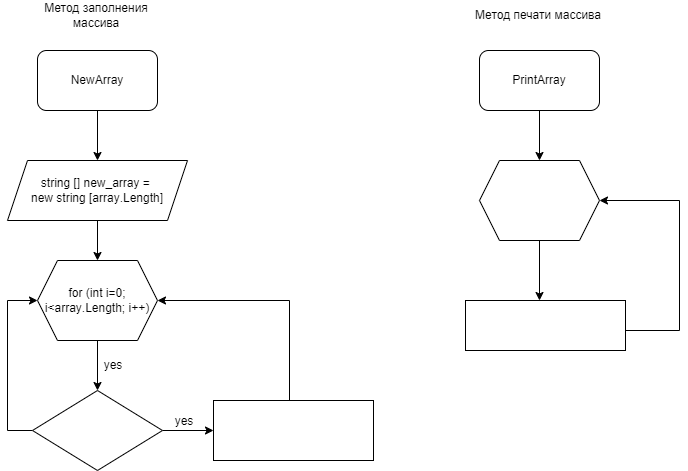
This is block_diagram.drawio.png from lerika-malykh/Final_Work, a draw.io export, as it was before one commit. Source tidied: cells renumbered, new cells last; positions are measured from the earlier drawing's top-left corner, leaving out a move shared by most shapes.
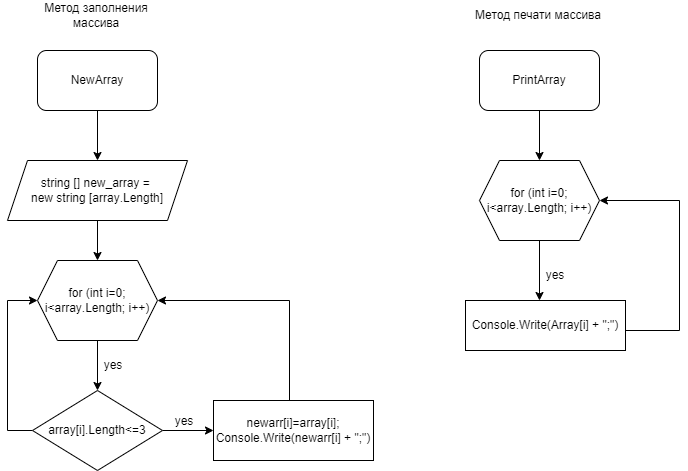
After the change.

Commit message:
подкорректировала блоксхемы

The edit, as a diff of the source:
```diff
@@ -38,7 +38,7 @@
         <mxPoint y="430" as="targetPoint" />
       </mxGeometry>
     </mxCell>
-    <mxCell id="12" value="&lt;span class=&quot;pl-smi&quot; style=&quot;box-sizing: border-box&quot;&gt;array&lt;/span&gt;[&lt;span class=&quot;pl-smi&quot; style=&quot;box-sizing: border-box&quot;&gt;i&lt;/span&gt;].&lt;span class=&quot;pl-smi&quot; style=&quot;box-sizing: border-box&quot;&gt;Length&lt;/span&gt;&lt;span class=&quot;pl-k&quot; style=&quot;box-sizing: border-box&quot;&gt;&amp;lt;=&lt;/span&gt;&lt;span class=&quot;pl-c1&quot; style=&quot;box-sizing: border-box&quot;&gt;3&lt;/span&gt;" style="rhombus;whiteSpace=wrap;html=1;labelBackgroundColor=none;fontColor=#FFFFFF;fillColor=default;" parent="1" vertex="1">
+    <mxCell id="12" value="&lt;font color=&quot;#000000&quot;&gt;&lt;span class=&quot;pl-smi&quot; style=&quot;box-sizing: border-box&quot;&gt;array&lt;/span&gt;[&lt;span class=&quot;pl-smi&quot; style=&quot;box-sizing: border-box&quot;&gt;i&lt;/span&gt;].&lt;span class=&quot;pl-smi&quot; style=&quot;box-sizing: border-box&quot;&gt;Length&lt;/span&gt;&lt;span class=&quot;pl-k&quot; style=&quot;box-sizing: border-box&quot;&gt;&amp;lt;=&lt;/span&gt;&lt;span class=&quot;pl-c1&quot; style=&quot;box-sizing: border-box&quot;&gt;3&lt;/span&gt;&lt;/font&gt;" style="rhombus;whiteSpace=wrap;html=1;labelBackgroundColor=none;fontColor=#FFFFFF;fillColor=#FFFFFF;" parent="1" vertex="1">
       <mxGeometry x="25" y="390" width="130" height="80" as="geometry" />
     </mxCell>
     <mxCell id="13" value="&lt;font color=&quot;#000000&quot;&gt;yes&lt;/font&gt;" style="text;html=1;strokeColor=none;fillColor=none;align=center;verticalAlign=middle;whiteSpace=wrap;rounded=0;labelBackgroundColor=none;fontColor=#FFFFFF;" parent="1" vertex="1">
@@ -50,7 +50,7 @@
         <mxPoint x="282" y="300" as="targetPoint" />
       </mxGeometry>
     </mxCell>
-    <mxCell id="15" value="&lt;font color=&quot;#ffffff&quot;&gt;&lt;span class=&quot;pl-smi&quot; style=&quot;box-sizing: border-box ; font-family: , , &amp;#34;sf mono&amp;#34; , &amp;#34;menlo&amp;#34; , &amp;#34;consolas&amp;#34; , &amp;#34;liberation mono&amp;#34; , monospace&quot;&gt;newarr&lt;/span&gt;&lt;span style=&quot;font-family: , , &amp;#34;sf mono&amp;#34; , &amp;#34;menlo&amp;#34; , &amp;#34;consolas&amp;#34; , &amp;#34;liberation mono&amp;#34; , monospace&quot;&gt;[&lt;/span&gt;&lt;span class=&quot;pl-smi&quot; style=&quot;box-sizing: border-box ; font-family: , , &amp;#34;sf mono&amp;#34; , &amp;#34;menlo&amp;#34; , &amp;#34;consolas&amp;#34; , &amp;#34;liberation mono&amp;#34; , monospace&quot;&gt;i&lt;/span&gt;&lt;span style=&quot;font-family: , , &amp;#34;sf mono&amp;#34; , &amp;#34;menlo&amp;#34; , &amp;#34;consolas&amp;#34; , &amp;#34;liberation mono&amp;#34; , monospace&quot;&gt;]&lt;/span&gt;&lt;span class=&quot;pl-k&quot; style=&quot;box-sizing: border-box ; font-family: , , &amp;#34;sf mono&amp;#34; , &amp;#34;menlo&amp;#34; , &amp;#34;consolas&amp;#34; , &amp;#34;liberation mono&amp;#34; , monospace&quot;&gt;=&lt;/span&gt;&lt;span class=&quot;pl-smi&quot; style=&quot;box-sizing: border-box ; font-family: , , &amp;#34;sf mono&amp;#34; , &amp;#34;menlo&amp;#34; , &amp;#34;consolas&amp;#34; , &amp;#34;liberation mono&amp;#34; , monospace&quot;&gt;array&lt;/span&gt;&lt;span style=&quot;font-family: , , &amp;#34;sf mono&amp;#34; , &amp;#34;menlo&amp;#34; , &amp;#34;consolas&amp;#34; , &amp;#34;liberation mono&amp;#34; , monospace&quot;&gt;[&lt;/span&gt;&lt;span class=&quot;pl-smi&quot; style=&quot;box-sizing: border-box ; font-family: , , &amp;#34;sf mono&amp;#34; , &amp;#34;menlo&amp;#34; , &amp;#34;consolas&amp;#34; , &amp;#34;liberation mono&amp;#34; , monospace&quot;&gt;i&lt;/span&gt;&lt;span style=&quot;font-family: , , &amp;#34;sf mono&amp;#34; , &amp;#34;menlo&amp;#34; , &amp;#34;consolas&amp;#34; , &amp;#34;liberation mono&amp;#34; , monospace&quot;&gt;];&lt;br&gt;&lt;/span&gt;&lt;span class=&quot;pl-smi&quot; style=&quot;box-sizing: border-box ; font-family: , , &amp;#34;sf mono&amp;#34; , &amp;#34;menlo&amp;#34; , &amp;#34;consolas&amp;#34; , &amp;#34;liberation mono&amp;#34; , monospace&quot;&gt;Console&lt;/span&gt;&lt;span style=&quot;font-family: , , &amp;#34;sf mono&amp;#34; , &amp;#34;menlo&amp;#34; , &amp;#34;consolas&amp;#34; , &amp;#34;liberation mono&amp;#34; , monospace&quot;&gt;.&lt;/span&gt;&lt;span class=&quot;pl-en&quot; style=&quot;box-sizing: border-box ; font-family: , , &amp;#34;sf mono&amp;#34; , &amp;#34;menlo&amp;#34; , &amp;#34;consolas&amp;#34; , &amp;#34;liberation mono&amp;#34; , monospace&quot;&gt;Write&lt;/span&gt;&lt;span style=&quot;font-family: , , &amp;#34;sf mono&amp;#34; , &amp;#34;menlo&amp;#34; , &amp;#34;consolas&amp;#34; , &amp;#34;liberation mono&amp;#34; , monospace&quot;&gt;(&lt;/span&gt;&lt;span class=&quot;pl-smi&quot; style=&quot;box-sizing: border-box ; font-family: , , &amp;#34;sf mono&amp;#34; , &amp;#34;menlo&amp;#34; , &amp;#34;consolas&amp;#34; , &amp;#34;liberation mono&amp;#34; , monospace&quot;&gt;newarr&lt;/span&gt;&lt;span style=&quot;font-family: , , &amp;#34;sf mono&amp;#34; , &amp;#34;menlo&amp;#34; , &amp;#34;consolas&amp;#34; , &amp;#34;liberation mono&amp;#34; , monospace&quot;&gt;[&lt;/span&gt;&lt;span class=&quot;pl-smi&quot; style=&quot;box-sizing: border-box ; font-family: , , &amp;#34;sf mono&amp;#34; , &amp;#34;menlo&amp;#34; , &amp;#34;consolas&amp;#34; , &amp;#34;liberation mono&amp;#34; , monospace&quot;&gt;i&lt;/span&gt;&lt;span style=&quot;font-family: , , &amp;#34;sf mono&amp;#34; , &amp;#34;menlo&amp;#34; , &amp;#34;consolas&amp;#34; , &amp;#34;liberation mono&amp;#34; , monospace&quot;&gt;] + &quot;;&quot;)&lt;/span&gt;&lt;span style=&quot;font-family: , , &amp;#34;sf mono&amp;#34; , &amp;#34;menlo&amp;#34; , &amp;#34;consolas&amp;#34; , &amp;#34;liberation mono&amp;#34; , monospace&quot;&gt;&lt;br&gt;&lt;/span&gt;&lt;/font&gt;" style="rounded=0;whiteSpace=wrap;html=1;labelBackgroundColor=none;fontColor=none;fillColor=default;" parent="1" vertex="1">
+    <mxCell id="15" value="&lt;span class=&quot;pl-smi&quot; style=&quot;box-sizing: border-box&quot;&gt;newarr&lt;/span&gt;[&lt;span class=&quot;pl-smi&quot; style=&quot;box-sizing: border-box&quot;&gt;i&lt;/span&gt;]&lt;span class=&quot;pl-k&quot; style=&quot;box-sizing: border-box&quot;&gt;=&lt;/span&gt;&lt;span class=&quot;pl-smi&quot; style=&quot;box-sizing: border-box&quot;&gt;array&lt;/span&gt;[&lt;span class=&quot;pl-smi&quot; style=&quot;box-sizing: border-box&quot;&gt;i&lt;/span&gt;];&lt;br&gt;&lt;span class=&quot;pl-smi&quot; style=&quot;box-sizing: border-box&quot;&gt;Console&lt;/span&gt;.&lt;span class=&quot;pl-en&quot; style=&quot;box-sizing: border-box&quot;&gt;Write&lt;/span&gt;(&lt;span class=&quot;pl-smi&quot; style=&quot;box-sizing: border-box&quot;&gt;newarr&lt;/span&gt;[&lt;span class=&quot;pl-smi&quot; style=&quot;box-sizing: border-box&quot;&gt;i&lt;/span&gt;] + &quot;;&quot;)&lt;span style=&quot;color: rgb(255 , 255 , 255)&quot;&gt;&lt;br&gt;&lt;/span&gt;" style="rounded=0;whiteSpace=wrap;html=1;labelBackgroundColor=none;fontColor=none;fillColor=#FFFFFF;" parent="1" vertex="1">
       <mxGeometry x="206" y="400" width="160" height="60" as="geometry" />
     </mxCell>
     <mxCell id="16" value="&lt;font color=&quot;#000000&quot;&gt;yes&lt;/font&gt;" style="text;html=1;strokeColor=none;fillColor=none;align=center;verticalAlign=middle;whiteSpace=wrap;rounded=0;labelBackgroundColor=none;fontColor=#FFFFFF;" parent="1" vertex="1">
@@ -83,10 +83,10 @@
         <mxPoint x="672" y="200" as="targetPoint" />
       </mxGeometry>
     </mxCell>
-    <mxCell id="23" value="&lt;span class=&quot;pl-en&quot; style=&quot;box-sizing: border-box ; font-family: , , &amp;#34;sf mono&amp;#34; , &amp;#34;menlo&amp;#34; , &amp;#34;consolas&amp;#34; , &amp;#34;liberation mono&amp;#34; , monospace&quot;&gt;for&lt;/span&gt;&lt;span style=&quot;font-family: , , &amp;#34;sf mono&amp;#34; , &amp;#34;menlo&amp;#34; , &amp;#34;consolas&amp;#34; , &amp;#34;liberation mono&amp;#34; , monospace&quot;&gt; (&lt;/span&gt;&lt;span class=&quot;pl-smi&quot; style=&quot;box-sizing: border-box ; font-family: , , &amp;#34;sf mono&amp;#34; , &amp;#34;menlo&amp;#34; , &amp;#34;consolas&amp;#34; , &amp;#34;liberation mono&amp;#34; , monospace&quot;&gt;int&lt;/span&gt;&lt;span style=&quot;font-family: , , &amp;#34;sf mono&amp;#34; , &amp;#34;menlo&amp;#34; , &amp;#34;consolas&amp;#34; , &amp;#34;liberation mono&amp;#34; , monospace&quot;&gt; &lt;/span&gt;&lt;span class=&quot;pl-smi&quot; style=&quot;box-sizing: border-box ; font-family: , , &amp;#34;sf mono&amp;#34; , &amp;#34;menlo&amp;#34; , &amp;#34;consolas&amp;#34; , &amp;#34;liberation mono&amp;#34; , monospace&quot;&gt;i&lt;/span&gt;&lt;span class=&quot;pl-k&quot; style=&quot;box-sizing: border-box ; font-family: , , &amp;#34;sf mono&amp;#34; , &amp;#34;menlo&amp;#34; , &amp;#34;consolas&amp;#34; , &amp;#34;liberation mono&amp;#34; , monospace&quot;&gt;=&lt;/span&gt;&lt;span class=&quot;pl-c1&quot; style=&quot;box-sizing: border-box ; font-family: , , &amp;#34;sf mono&amp;#34; , &amp;#34;menlo&amp;#34; , &amp;#34;consolas&amp;#34; , &amp;#34;liberation mono&amp;#34; , monospace&quot;&gt;0&lt;/span&gt;&lt;span style=&quot;font-family: , , &amp;#34;sf mono&amp;#34; , &amp;#34;menlo&amp;#34; , &amp;#34;consolas&amp;#34; , &amp;#34;liberation mono&amp;#34; , monospace&quot;&gt;; &lt;/span&gt;&lt;span class=&quot;pl-smi&quot; style=&quot;box-sizing: border-box ; font-family: , , &amp;#34;sf mono&amp;#34; , &amp;#34;menlo&amp;#34; , &amp;#34;consolas&amp;#34; , &amp;#34;liberation mono&amp;#34; , monospace&quot;&gt;i&lt;/span&gt;&lt;span class=&quot;pl-k&quot; style=&quot;box-sizing: border-box ; font-family: , , &amp;#34;sf mono&amp;#34; , &amp;#34;menlo&amp;#34; , &amp;#34;consolas&amp;#34; , &amp;#34;liberation mono&amp;#34; , monospace&quot;&gt;&amp;lt;&lt;/span&gt;&lt;span class=&quot;pl-smi&quot; style=&quot;box-sizing: border-box ; font-family: , , &amp;#34;sf mono&amp;#34; , &amp;#34;menlo&amp;#34; , &amp;#34;consolas&amp;#34; , &amp;#34;liberation mono&amp;#34; , monospace&quot;&gt;array&lt;/span&gt;&lt;span style=&quot;font-family: , , &amp;#34;sf mono&amp;#34; , &amp;#34;menlo&amp;#34; , &amp;#34;consolas&amp;#34; , &amp;#34;liberation mono&amp;#34; , monospace&quot;&gt;.&lt;/span&gt;&lt;span class=&quot;pl-smi&quot; style=&quot;box-sizing: border-box ; font-family: , , &amp;#34;sf mono&amp;#34; , &amp;#34;menlo&amp;#34; , &amp;#34;consolas&amp;#34; , &amp;#34;liberation mono&amp;#34; , monospace&quot;&gt;Length&lt;/span&gt;&lt;span style=&quot;font-family: , , &amp;#34;sf mono&amp;#34; , &amp;#34;menlo&amp;#34; , &amp;#34;consolas&amp;#34; , &amp;#34;liberation mono&amp;#34; , monospace&quot;&gt;; &lt;/span&gt;&lt;span class=&quot;pl-smi&quot; style=&quot;box-sizing: border-box ; font-family: , , &amp;#34;sf mono&amp;#34; , &amp;#34;menlo&amp;#34; , &amp;#34;consolas&amp;#34; , &amp;#34;liberation mono&amp;#34; , monospace&quot;&gt;i&lt;/span&gt;&lt;span class=&quot;pl-k&quot; style=&quot;box-sizing: border-box ; font-family: , , &amp;#34;sf mono&amp;#34; , &amp;#34;menlo&amp;#34; , &amp;#34;consolas&amp;#34; , &amp;#34;liberation mono&amp;#34; , monospace&quot;&gt;++&lt;/span&gt;&lt;span style=&quot;font-family: , , &amp;#34;sf mono&amp;#34; , &amp;#34;menlo&amp;#34; , &amp;#34;consolas&amp;#34; , &amp;#34;liberation mono&amp;#34; , monospace&quot;&gt;)&lt;/span&gt;" style="shape=hexagon;perimeter=hexagonPerimeter2;whiteSpace=wrap;html=1;fixedSize=1;labelBackgroundColor=none;fontColor=#FFFFFF;fillColor=default;" parent="1" vertex="1">
+    <mxCell id="23" value="&lt;font color=&quot;#000000&quot;&gt;&lt;span class=&quot;pl-en&quot; style=&quot;box-sizing: border-box ; font-family: , , &amp;#34;sf mono&amp;#34; , &amp;#34;menlo&amp;#34; , &amp;#34;consolas&amp;#34; , &amp;#34;liberation mono&amp;#34; , monospace&quot;&gt;for&lt;/span&gt;&lt;span style=&quot;font-family: , , &amp;#34;sf mono&amp;#34; , &amp;#34;menlo&amp;#34; , &amp;#34;consolas&amp;#34; , &amp;#34;liberation mono&amp;#34; , monospace&quot;&gt; (&lt;/span&gt;&lt;span class=&quot;pl-smi&quot; style=&quot;box-sizing: border-box ; font-family: , , &amp;#34;sf mono&amp;#34; , &amp;#34;menlo&amp;#34; , &amp;#34;consolas&amp;#34; , &amp;#34;liberation mono&amp;#34; , monospace&quot;&gt;int&lt;/span&gt;&lt;span style=&quot;font-family: , , &amp;#34;sf mono&amp;#34; , &amp;#34;menlo&amp;#34; , &amp;#34;consolas&amp;#34; , &amp;#34;liberation mono&amp;#34; , monospace&quot;&gt; &lt;/span&gt;&lt;span class=&quot;pl-smi&quot; style=&quot;box-sizing: border-box ; font-family: , , &amp;#34;sf mono&amp;#34; , &amp;#34;menlo&amp;#34; , &amp;#34;consolas&amp;#34; , &amp;#34;liberation mono&amp;#34; , monospace&quot;&gt;i&lt;/span&gt;&lt;span class=&quot;pl-k&quot; style=&quot;box-sizing: border-box ; font-family: , , &amp;#34;sf mono&amp;#34; , &amp;#34;menlo&amp;#34; , &amp;#34;consolas&amp;#34; , &amp;#34;liberation mono&amp;#34; , monospace&quot;&gt;=&lt;/span&gt;&lt;span class=&quot;pl-c1&quot; style=&quot;box-sizing: border-box ; font-family: , , &amp;#34;sf mono&amp;#34; , &amp;#34;menlo&amp;#34; , &amp;#34;consolas&amp;#34; , &amp;#34;liberation mono&amp;#34; , monospace&quot;&gt;0&lt;/span&gt;&lt;span style=&quot;font-family: , , &amp;#34;sf mono&amp;#34; , &amp;#34;menlo&amp;#34; , &amp;#34;consolas&amp;#34; , &amp;#34;liberation mono&amp;#34; , monospace&quot;&gt;; &lt;/span&gt;&lt;span class=&quot;pl-smi&quot; style=&quot;box-sizing: border-box ; font-family: , , &amp;#34;sf mono&amp;#34; , &amp;#34;menlo&amp;#34; , &amp;#34;consolas&amp;#34; , &amp;#34;liberation mono&amp;#34; , monospace&quot;&gt;i&lt;/span&gt;&lt;span class=&quot;pl-k&quot; style=&quot;box-sizing: border-box ; font-family: , , &amp;#34;sf mono&amp;#34; , &amp;#34;menlo&amp;#34; , &amp;#34;consolas&amp;#34; , &amp;#34;liberation mono&amp;#34; , monospace&quot;&gt;&amp;lt;&lt;/span&gt;&lt;span class=&quot;pl-smi&quot; style=&quot;box-sizing: border-box ; font-family: , , &amp;#34;sf mono&amp;#34; , &amp;#34;menlo&amp;#34; , &amp;#34;consolas&amp;#34; , &amp;#34;liberation mono&amp;#34; , monospace&quot;&gt;array&lt;/span&gt;&lt;span style=&quot;font-family: , , &amp;#34;sf mono&amp;#34; , &amp;#34;menlo&amp;#34; , &amp;#34;consolas&amp;#34; , &amp;#34;liberation mono&amp;#34; , monospace&quot;&gt;.&lt;/span&gt;&lt;span class=&quot;pl-smi&quot; style=&quot;box-sizing: border-box ; font-family: , , &amp;#34;sf mono&amp;#34; , &amp;#34;menlo&amp;#34; , &amp;#34;consolas&amp;#34; , &amp;#34;liberation mono&amp;#34; , monospace&quot;&gt;Length&lt;/span&gt;&lt;span style=&quot;font-family: , , &amp;#34;sf mono&amp;#34; , &amp;#34;menlo&amp;#34; , &amp;#34;consolas&amp;#34; , &amp;#34;liberation mono&amp;#34; , monospace&quot;&gt;; &lt;/span&gt;&lt;span class=&quot;pl-smi&quot; style=&quot;box-sizing: border-box ; font-family: , , &amp;#34;sf mono&amp;#34; , &amp;#34;menlo&amp;#34; , &amp;#34;consolas&amp;#34; , &amp;#34;liberation mono&amp;#34; , monospace&quot;&gt;i&lt;/span&gt;&lt;span class=&quot;pl-k&quot; style=&quot;box-sizing: border-box ; font-family: , , &amp;#34;sf mono&amp;#34; , &amp;#34;menlo&amp;#34; , &amp;#34;consolas&amp;#34; , &amp;#34;liberation mono&amp;#34; , monospace&quot;&gt;++&lt;/span&gt;&lt;span style=&quot;font-family: , , &amp;#34;sf mono&amp;#34; , &amp;#34;menlo&amp;#34; , &amp;#34;consolas&amp;#34; , &amp;#34;liberation mono&amp;#34; , monospace&quot;&gt;)&lt;/span&gt;&lt;/font&gt;" style="shape=hexagon;perimeter=hexagonPerimeter2;whiteSpace=wrap;html=1;fixedSize=1;labelBackgroundColor=none;fontColor=#FFFFFF;fillColor=#FFFFFF;" parent="1" vertex="1">
       <mxGeometry x="472" y="160" width="120" height="80" as="geometry" />
     </mxCell>
-    <mxCell id="24" value="yes" style="text;html=1;strokeColor=none;fillColor=none;align=center;verticalAlign=middle;whiteSpace=wrap;rounded=0;labelBackgroundColor=none;fontColor=#FFFFFF;" parent="1" vertex="1">
+    <mxCell id="24" value="&lt;font color=&quot;#000000&quot;&gt;yes&lt;/font&gt;" style="text;html=1;strokeColor=none;fillColor=none;align=center;verticalAlign=middle;whiteSpace=wrap;rounded=0;labelBackgroundColor=none;fontColor=#FFFFFF;" parent="1" vertex="1">
       <mxGeometry x="518" y="260" width="60" height="30" as="geometry" />
     </mxCell>
     <mxCell id="25" style="edgeStyle=none;html=1;exitX=1;exitY=0.5;exitDx=0;exitDy=0;fontColor=#FFFFFF;startArrow=none;startFill=0;endArrow=none;endFill=0;" parent="1" edge="1">
@@ -95,7 +95,7 @@
         <mxPoint x="672" y="330" as="targetPoint" />
       </mxGeometry>
     </mxCell>
-    <mxCell id="26" value="&lt;font color=&quot;#ffffff&quot;&gt;&lt;span class=&quot;pl-smi&quot; style=&quot;box-sizing: border-box ; font-family: , , &amp;#34;sf mono&amp;#34; , &amp;#34;menlo&amp;#34; , &amp;#34;consolas&amp;#34; , &amp;#34;liberation mono&amp;#34; , monospace&quot;&gt;Console&lt;/span&gt;&lt;span style=&quot;font-family: , , &amp;#34;sf mono&amp;#34; , &amp;#34;menlo&amp;#34; , &amp;#34;consolas&amp;#34; , &amp;#34;liberation mono&amp;#34; , monospace&quot;&gt;.&lt;/span&gt;&lt;span class=&quot;pl-en&quot; style=&quot;box-sizing: border-box ; font-family: , , &amp;#34;sf mono&amp;#34; , &amp;#34;menlo&amp;#34; , &amp;#34;consolas&amp;#34; , &amp;#34;liberation mono&amp;#34; , monospace&quot;&gt;Write&lt;/span&gt;&lt;span style=&quot;font-family: , , &amp;#34;sf mono&amp;#34; , &amp;#34;menlo&amp;#34; , &amp;#34;consolas&amp;#34; , &amp;#34;liberation mono&amp;#34; , monospace&quot;&gt;(Array&lt;/span&gt;&lt;span style=&quot;font-family: , , &amp;#34;sf mono&amp;#34; , &amp;#34;menlo&amp;#34; , &amp;#34;consolas&amp;#34; , &amp;#34;liberation mono&amp;#34; , monospace&quot;&gt;[&lt;/span&gt;&lt;span class=&quot;pl-smi&quot; style=&quot;box-sizing: border-box ; font-family: , , &amp;#34;sf mono&amp;#34; , &amp;#34;menlo&amp;#34; , &amp;#34;consolas&amp;#34; , &amp;#34;liberation mono&amp;#34; , monospace&quot;&gt;i&lt;/span&gt;&lt;span style=&quot;font-family: , , &amp;#34;sf mono&amp;#34; , &amp;#34;menlo&amp;#34; , &amp;#34;consolas&amp;#34; , &amp;#34;liberation mono&amp;#34; , monospace&quot;&gt;] + &quot;;&quot;)&lt;/span&gt;&lt;span style=&quot;font-family: , , &amp;#34;sf mono&amp;#34; , &amp;#34;menlo&amp;#34; , &amp;#34;consolas&amp;#34; , &amp;#34;liberation mono&amp;#34; , monospace&quot;&gt;&lt;br&gt;&lt;/span&gt;&lt;/font&gt;" style="rounded=0;whiteSpace=wrap;html=1;labelBackgroundColor=none;fontColor=none;fillColor=default;" parent="1" vertex="1">
+    <mxCell id="26" value="&lt;span class=&quot;pl-smi&quot; style=&quot;box-sizing: border-box&quot;&gt;Console&lt;/span&gt;.&lt;span class=&quot;pl-en&quot; style=&quot;box-sizing: border-box&quot;&gt;Write&lt;/span&gt;(Array[&lt;span class=&quot;pl-smi&quot; style=&quot;box-sizing: border-box&quot;&gt;i&lt;/span&gt;] + &quot;;&quot;)&lt;span style=&quot;color: rgb(255 , 255 , 255)&quot;&gt;&lt;br&gt;&lt;/span&gt;" style="rounded=0;whiteSpace=wrap;html=1;labelBackgroundColor=none;fontColor=none;fillColor=#FFFFFF;" parent="1" vertex="1">
       <mxGeometry x="458" y="300" width="160" height="50" as="geometry" />
     </mxCell>
     <mxCell id="27" value="&lt;font color=&quot;#000000&quot;&gt;Метод печати массива&lt;/font&gt;" style="text;html=1;strokeColor=none;fillColor=none;align=center;verticalAlign=middle;whiteSpace=wrap;rounded=0;labelBackgroundColor=none;fontColor=#FFFFFF;" parent="1" vertex="1">
```
